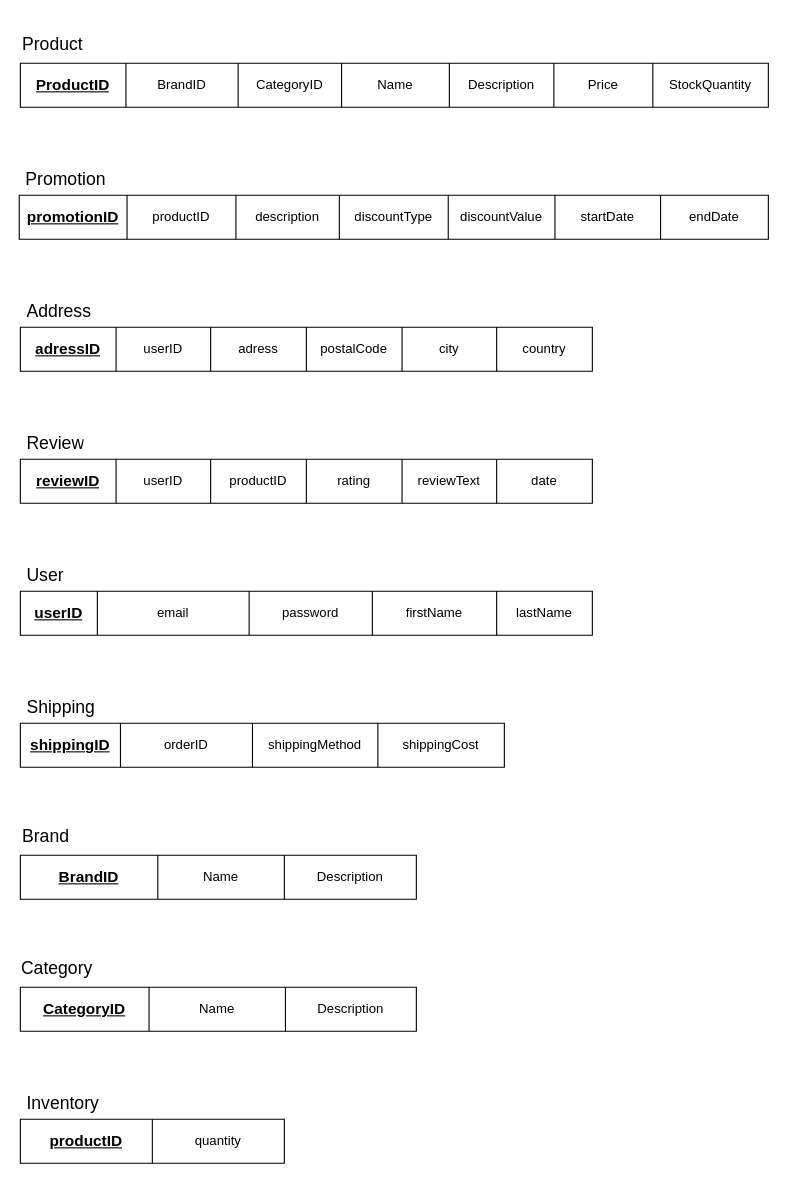
emilkle/electromart-ecom-website keeps this draw.io diagram as page "Relational schema" (6 of 6) of database-models/ER models.drawio. Above is the earlier version. Source tidied: cells renumbered, new cells numbered last; positions are measured from the earlier drawing's top-left corner, leaving out a move shared by most shapes. Both pictures are drawn from the tidied source at 110%, with x=0, y=0 at pixel (19, 19).
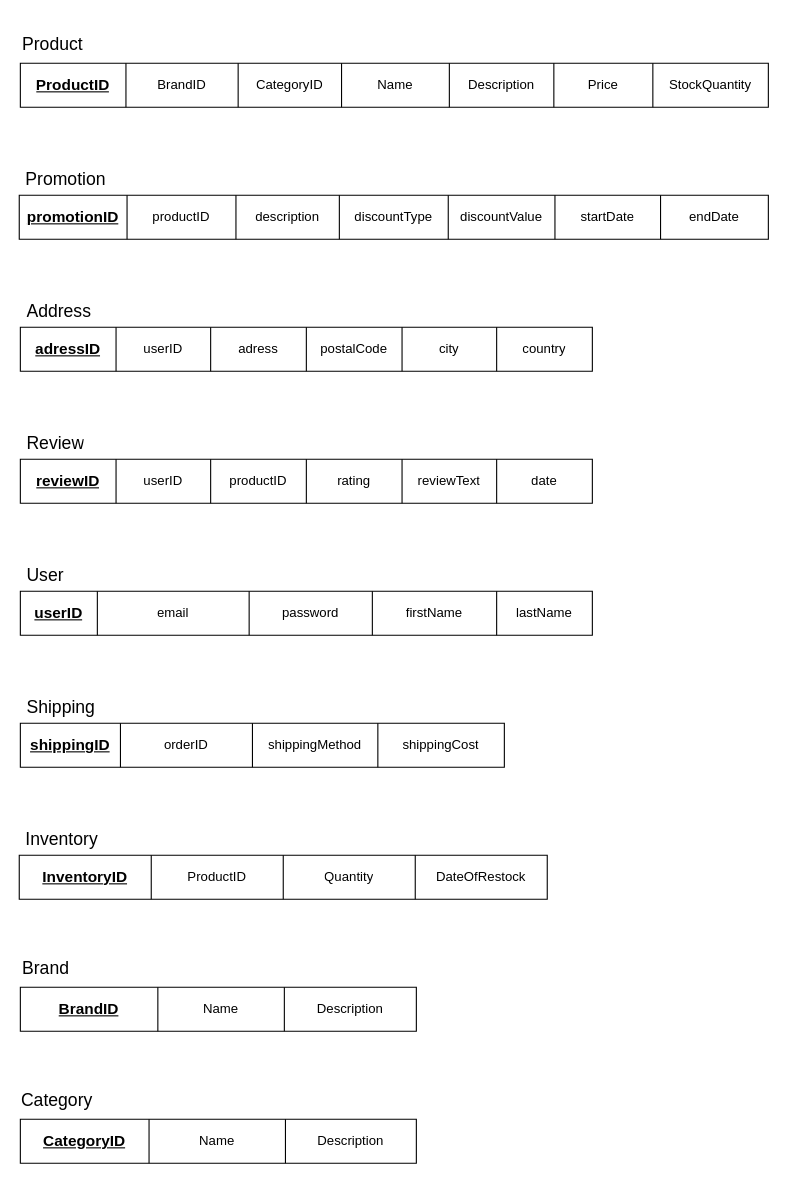
After the change.

Change to the diagram source:
```diff
@@
     <mxCell id="18" style="shape=table;html=1;whiteSpace=wrap;startSize=0;childLayout=tableLayout;" parent="1" vertex="1">
-      <mxGeometry x="1" y="1000" width="240" height="40" as="geometry" />
+      <mxGeometry y="760" width="480" height="40" as="geometry" />
     </mxCell>
     <mxCell id="19" style="shape=tableRow;horizontal=0;startSize=0;swimlaneHead=0;swimlaneBody=0;top=0;left=0;bottom=0;right=0;fillColor=none;" parent="18" vertex="1">
-      <mxGeometry width="240" height="40" as="geometry" />
+      <mxGeometry width="480" height="40" as="geometry" />
     </mxCell>
-    <mxCell id="20" value="&lt;b&gt;&lt;u&gt;&lt;font style=&quot;font-size: 14px;&quot;&gt;productID&lt;/font&gt;&lt;/u&gt;&lt;/b&gt;" style="shape=partialRectangle;html=1;whiteSpace=wrap;fillColor=none;top=0;left=0;bottom=0;right=0;overflow=hidden;" parent="19" vertex="1">
+    <mxCell id="20" value="&lt;b&gt;&lt;u&gt;&lt;font style=&quot;font-size: 14px;&quot;&gt;InventoryID&lt;/font&gt;&lt;/u&gt;&lt;/b&gt;" style="shape=partialRectangle;html=1;whiteSpace=wrap;fillColor=none;top=0;left=0;bottom=0;right=0;overflow=hidden;" parent="19" vertex="1">
       <mxGeometry width="120" height="40" as="geometry" />
     </mxCell>
+    <mxCell id="72" value="ProductID" style="shape=partialRectangle;html=1;whiteSpace=wrap;fillColor=none;top=0;left=0;bottom=0;right=0;overflow=hidden;" parent="19" vertex="1">
+      <mxGeometry x="120" width="120" height="40" as="geometry" />
+    </mxCell>
+    <mxCell id="73" value="Quantity" style="shape=partialRectangle;html=1;whiteSpace=wrap;fillColor=none;top=0;left=0;bottom=0;right=0;overflow=hidden;" parent="19" vertex="1">
+      <mxGeometry x="240" width="120" height="40" as="geometry" />
+    </mxCell>
-    <mxCell id="21" value="quantity" style="shape=partialRectangle;html=1;whiteSpace=wrap;fillColor=none;top=0;left=0;bottom=0;right=0;overflow=hidden;" parent="19" vertex="1">
-      <mxGeometry x="120" width="120" height="40" as="geometry" />
+    <mxCell id="21" value="DateOfRestock" style="shape=partialRectangle;html=1;whiteSpace=wrap;fillColor=none;top=0;left=0;bottom=0;right=0;overflow=hidden;" parent="19" vertex="1">
+      <mxGeometry x="360" width="120" height="40" as="geometry" />
     </mxCell>
     <mxCell id="22" value="&lt;font style=&quot;font-size: 16px;&quot;&gt;Inventory&lt;/font&gt;" style="text;strokeColor=none;fillColor=none;align=left;verticalAlign=middle;spacingLeft=4;spacingRight=4;overflow=hidden;whiteSpace=wrap;html=1;" parent="1" vertex="1">
-      <mxGeometry x="1" y="970" width="80" height="30" as="geometry" />
+      <mxGeometry y="730" width="80" height="30" as="geometry" />
     </mxCell>
@@
     <mxCell id="50" style="shape=table;html=1;whiteSpace=wrap;startSize=0;childLayout=tableLayout;" parent="1" vertex="1">
-      <mxGeometry x="1" y="880" width="360" height="40" as="geometry" />
+      <mxGeometry x="1" y="1000" width="360" height="40" as="geometry" />
     </mxCell>
@@
     <mxCell id="55" value="&lt;span style=&quot;font-weight: normal;&quot;&gt;&lt;font style=&quot;font-size: 16px;&quot;&gt;Category&lt;/font&gt;&lt;/span&gt;" style="text;strokeColor=none;fillColor=none;html=1;fontSize=24;fontStyle=1;verticalAlign=middle;align=left;" parent="1" vertex="1">
-      <mxGeometry y="840" width="100" height="40" as="geometry" />
+      <mxGeometry y="960" width="100" height="40" as="geometry" />
     </mxCell>
@@
     <mxCell id="66" style="shape=table;html=1;whiteSpace=wrap;startSize=0;childLayout=tableLayout;" parent="1" vertex="1">
-      <mxGeometry x="1" y="760" width="360" height="40" as="geometry" />
+      <mxGeometry x="1" y="880" width="360" height="40" as="geometry" />
     </mxCell>
@@
     <mxCell id="71" value="&lt;font style=&quot;font-size: 16px; font-weight: normal;&quot;&gt;Brand&lt;/font&gt;" style="text;strokeColor=none;fillColor=none;html=1;fontSize=24;fontStyle=1;verticalAlign=middle;align=left;" parent="1" vertex="1">
-      <mxGeometry x="1" y="720" width="100" height="40" as="geometry" />
+      <mxGeometry x="1" y="840" width="100" height="40" as="geometry" />
     </mxCell>
```
